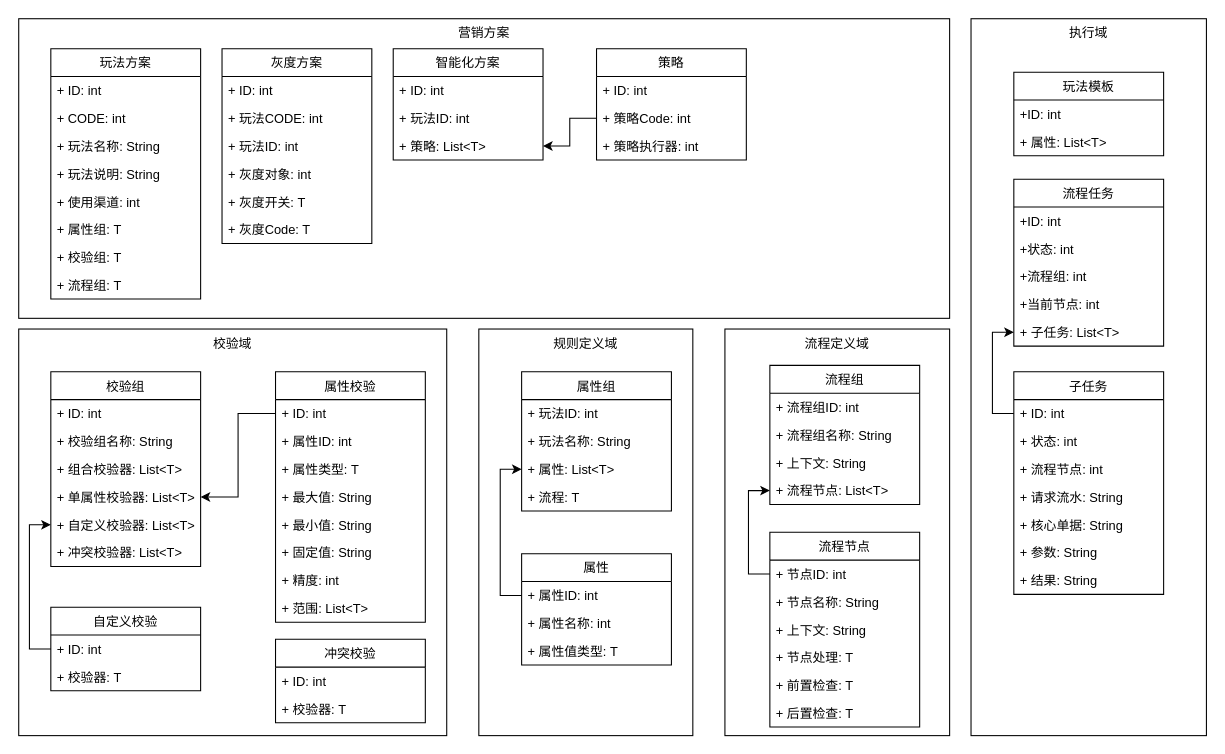
jon-kong/draw.io keeps this draw.io diagram as page "领域模型" (4 of 7) of 营销玩法系统架构.drawio. Above is the earlier version. Source tidied: cells renumbered, new cells numbered last; positions are measured from the earlier drawing's top-left corner, leaving out a move shared by most shapes. Both pictures are drawn from the tidied source at 107%, with x=0, y=0 at pixel (18, 18).
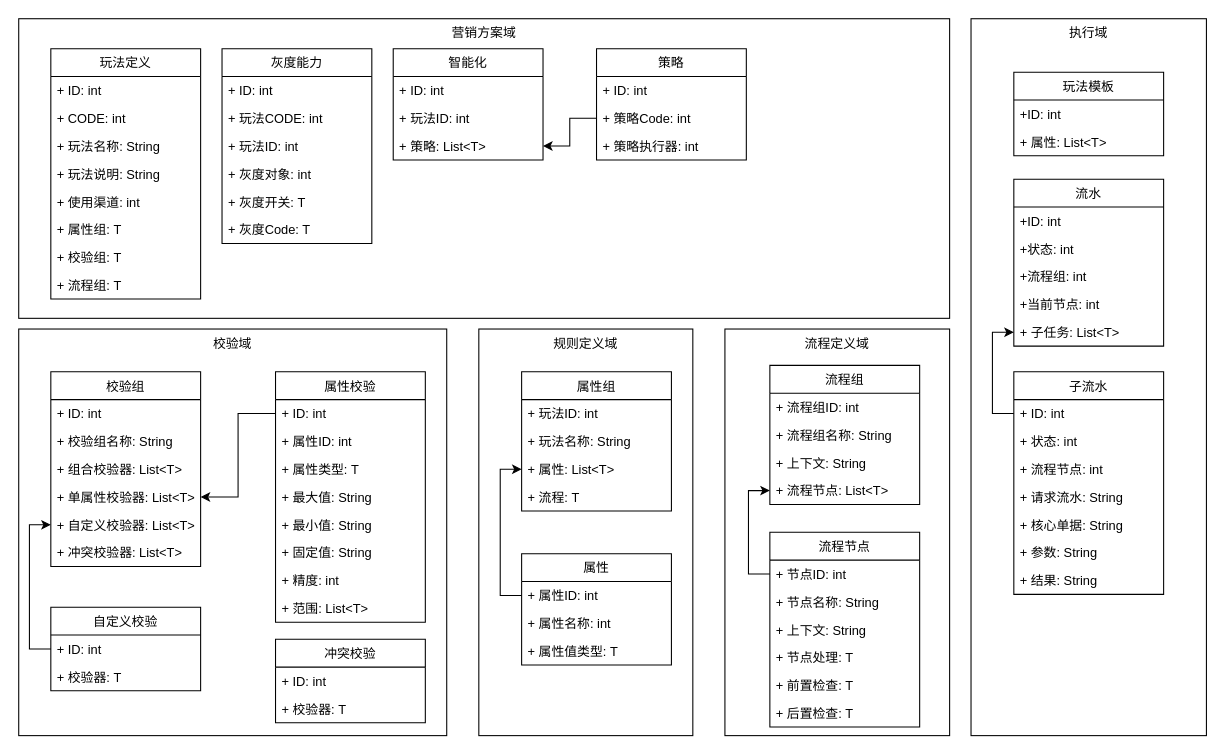
The same page after the edit.

What changed in the source:
```diff
@@
-    <mxCell id="43" value="营销方案" style="rounded=0;whiteSpace=wrap;html=1;fontColor=#000000;verticalAlign=top;" parent="1" vertex="1">
+    <mxCell id="43" value="营销方案域" style="rounded=0;whiteSpace=wrap;html=1;fontColor=#000000;verticalAlign=top;" parent="1" vertex="1">
       <mxGeometry width="870" height="280" as="geometry" />
     </mxCell>
-    <mxCell id="44" value="玩法方案" style="swimlane;fontStyle=0;horizontal=1;startSize=26;fillColor=none;fontColor=#000000;verticalAlign=top;" parent="1" vertex="1">
+    <mxCell id="44" value="玩法定义" style="swimlane;fontStyle=0;horizontal=1;startSize=26;fillColor=none;fontColor=#000000;verticalAlign=top;" parent="1" vertex="1">
       <mxGeometry x="30" y="28" width="140" height="234" as="geometry" />
     </mxCell>
@@
-    <mxCell id="57" value="流程任务" style="swimlane;fontStyle=0;horizontal=1;startSize=26;fillColor=none;fontColor=#000000;verticalAlign=top;" parent="1" vertex="1">
+    <mxCell id="57" value="流水" style="swimlane;fontStyle=0;horizontal=1;startSize=26;fillColor=none;fontColor=#000000;verticalAlign=top;" parent="1" vertex="1">
       <mxGeometry x="930" y="150" width="140" height="156" as="geometry" />
     </mxCell>
@@
-    <mxCell id="63" value="子任务" style="swimlane;fontStyle=0;horizontal=1;startSize=26;fillColor=none;fontColor=#000000;verticalAlign=top;" parent="1" vertex="1">
+    <mxCell id="63" value="子流水" style="swimlane;fontStyle=0;horizontal=1;startSize=26;fillColor=none;fontColor=#000000;verticalAlign=top;" parent="1" vertex="1">
       <mxGeometry x="930" y="330" width="140" height="208" as="geometry" />
     </mxCell>
@@
-    <mxCell id="78" value="灰度方案" style="swimlane;fontStyle=0;horizontal=1;startSize=26;fillColor=none;fontColor=#000000;verticalAlign=top;" parent="1" vertex="1">
+    <mxCell id="78" value="灰度能力" style="swimlane;fontStyle=0;horizontal=1;startSize=26;fillColor=none;fontColor=#000000;verticalAlign=top;" parent="1" vertex="1">
       <mxGeometry x="190" y="28" width="140" height="182" as="geometry" />
     </mxCell>
@@
-    <mxCell id="88" value="智能化方案" style="swimlane;fontStyle=0;horizontal=1;startSize=26;fillColor=none;fontColor=#000000;verticalAlign=top;" parent="1" vertex="1">
+    <mxCell id="88" value="智能化" style="swimlane;fontStyle=0;horizontal=1;startSize=26;fillColor=none;fontColor=#000000;verticalAlign=top;" parent="1" vertex="1">
       <mxGeometry x="350" y="28" width="140" height="104" as="geometry" />
     </mxCell>
```
